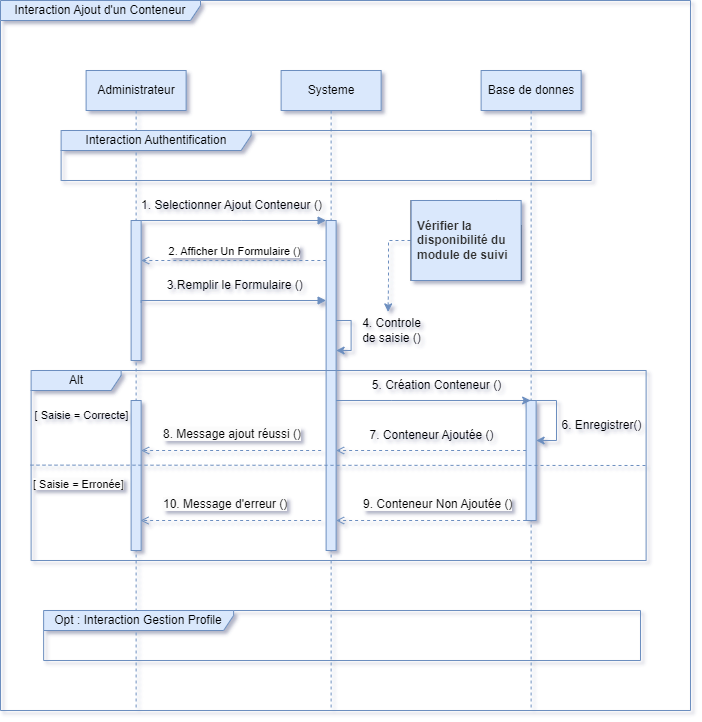
Earlier version of the draw.io export diagrammes/Diagram de sequence Ajout Conteneur.drawio.png (AmineLadrem/Tracking-Containers). Source tidied: cells renumbered, new cells last; positions are measured from the earlier drawing's top-left corner, leaving out a move shared by most shapes. Its diagram source:
```xml
<mxGraphModel>
  <root>
    <mxCell id="0" />
    <mxCell id="1" parent="0" />
    <mxCell id="2" value="Interaction Ajout d'un Conteneur" style="shape=umlFrame;whiteSpace=wrap;html=1;width=200;fillColor=#dae8fc;strokeColor=#6c8ebf;height=20;" parent="1" vertex="1">
      <mxGeometry width="690" height="710" as="geometry" />
    </mxCell>
    <mxCell id="3" value="Administrateur" style="shape=umlLifeline;perimeter=lifelinePerimeter;whiteSpace=wrap;html=1;newEdgeStyle={&quot;edgeStyle&quot;:&quot;elbowEdgeStyle&quot;,&quot;elbow&quot;:&quot;vertical&quot;,&quot;curved&quot;:0,&quot;rounded&quot;:0};fillColor=#dae8fc;strokeColor=#6c8ebf;" parent="2" vertex="1">
      <mxGeometry x="85.6" y="70" width="100" height="640" as="geometry" />
    </mxCell>
    <mxCell id="4" style="html=1;points=[];perimeter=orthogonalPerimeter;outlineConnect=0;targetShapes=umlLifeline;portConstraint=eastwest;newEdgeStyle={&quot;edgeStyle&quot;:&quot;elbowEdgeStyle&quot;,&quot;elbow&quot;:&quot;vertical&quot;,&quot;curved&quot;:0,&quot;rounded&quot;:0};fillColor=#dae8fc;strokeColor=#6c8ebf;" parent="3" vertex="1">
      <mxGeometry x="45" y="150" width="10" height="140" as="geometry" />
    </mxCell>
    <mxCell id="5" style="html=1;perimeter=orthogonalPerimeter;targetShapes=umlLifeline;newEdgeStyle={&quot;edgeStyle&quot;:&quot;elbowEdgeStyle&quot;,&quot;elbow&quot;:&quot;vertical&quot;,&quot;curved&quot;:0,&quot;rounded&quot;:0};fillColor=#dae8fc;strokeColor=#6c8ebf;" parent="3" vertex="1">
      <mxGeometry x="45" y="330" width="10" height="150" as="geometry" />
    </mxCell>
    <mxCell id="6" style="html=1;verticalAlign=bottom;endArrow=none;edgeStyle=elbowEdgeStyle;elbow=vertical;curved=0;rounded=0;fillColor=#dae8fc;strokeColor=#6c8ebf;startArrow=block;startFill=1;endFill=0;" parent="2" edge="1" source="12" target="4">
      <mxGeometry relative="1" as="geometry">
        <Array as="points">
          <mxPoint x="240.6" y="220" />
        </Array>
      </mxGeometry>
    </mxCell>
    <mxCell id="7" value="2. Afficher Un Formulaire ()" style="html=1;verticalAlign=bottom;endArrow=none;dashed=1;endSize=8;edgeStyle=elbowEdgeStyle;elbow=vertical;curved=0;rounded=0;fillColor=#dae8fc;strokeColor=#6c8ebf;endFill=0;startArrow=open;startFill=0;" parent="2" edge="1" source="4" target="12">
      <mxGeometry relative="1" as="geometry">
        <Array as="points">
          <mxPoint x="310.6" y="260" />
          <mxPoint x="230.6" y="290" />
        </Array>
      </mxGeometry>
    </mxCell>
    <mxCell id="8" value="1. Selectionner Ajout Conteneur ()" style="text;html=1;align=center;verticalAlign=middle;strokeColor=none;fillColor=none;" parent="2" vertex="1">
      <mxGeometry x="130.6" y="190" width="200" height="30" as="geometry" />
    </mxCell>
    <mxCell id="9" style="html=1;verticalAlign=bottom;endArrow=none;edgeStyle=elbowEdgeStyle;elbow=vertical;curved=0;rounded=0;fillColor=#dae8fc;strokeColor=#6c8ebf;startArrow=block;startFill=1;endFill=0;entryX=1;entryY=0.588;entryDx=0;entryDy=0;entryPerimeter=0;" parent="2" edge="1" source="12" target="4">
      <mxGeometry relative="1" as="geometry">
        <Array as="points">
          <mxPoint x="320.6" y="300" />
          <mxPoint x="300.6" y="300" />
          <mxPoint x="243.1" y="320" />
        </Array>
      </mxGeometry>
    </mxCell>
    <mxCell id="10" value="3.Remplir le Formulaire ()&amp;nbsp;" style="text;html=1;align=center;verticalAlign=middle;strokeColor=none;fillColor=none;" parent="2" vertex="1">
      <mxGeometry x="155.6" y="270" width="160" height="30" as="geometry" />
    </mxCell>
    <mxCell id="11" value="Systeme" style="shape=umlLifeline;perimeter=lifelinePerimeter;whiteSpace=wrap;html=1;outlineConnect=0;portConstraint=eastwest;newEdgeStyle={&quot;edgeStyle&quot;:&quot;elbowEdgeStyle&quot;,&quot;elbow&quot;:&quot;vertical&quot;,&quot;curved&quot;:0,&quot;rounded&quot;:0};fillColor=#dae8fc;strokeColor=#6c8ebf;" parent="2" vertex="1">
      <mxGeometry x="280.6" y="70" width="100" height="640" as="geometry" />
    </mxCell>
    <mxCell id="12" style="html=1;points=[];perimeter=orthogonalPerimeter;outlineConnect=0;targetShapes=umlLifeline;portConstraint=eastwest;newEdgeStyle={&quot;edgeStyle&quot;:&quot;elbowEdgeStyle&quot;,&quot;elbow&quot;:&quot;vertical&quot;,&quot;curved&quot;:0,&quot;rounded&quot;:0};fillColor=#dae8fc;strokeColor=#6c8ebf;" parent="11" vertex="1">
      <mxGeometry x="45" y="150" width="10" height="330" as="geometry" />
    </mxCell>
    <mxCell id="13" style="edgeStyle=elbowEdgeStyle;rounded=0;jettySize=auto;html=1;elbow=vertical;curved=0;fillColor=#dae8fc;strokeColor=#6c8ebf;" parent="11" edge="1" source="12" target="11">
      <mxGeometry relative="1" as="geometry">
        <Array as="points">
          <mxPoint x="75" y="240" />
        </Array>
      </mxGeometry>
    </mxCell>
    <mxCell id="14" style="endArrow=classic;html=1;rounded=0;fillColor=#dae8fc;strokeColor=#6c8ebf;" parent="11" edge="1" source="12" target="12">
      <mxGeometry relative="1" as="geometry">
        <Array as="points">
          <mxPoint x="70" y="250" />
          <mxPoint x="70" y="280" />
        </Array>
      </mxGeometry>
    </mxCell>
    <mxCell id="15" value="4. Controle&lt;br&gt;de saisie ()" style="text;html=1;align=center;verticalAlign=middle;points=[];strokeColor=none;fillColor=none;" parent="2" vertex="1">
      <mxGeometry x="350.6" y="310" width="80" height="40" as="geometry" />
    </mxCell>
    <mxCell id="16" value="Alt" style="shape=umlFrame;whiteSpace=wrap;html=1;width=90;fillColor=#dae8fc;strokeColor=#6c8ebf;height=20;" parent="2" vertex="1">
      <mxGeometry x="30.6" y="370" width="615" height="190" as="geometry" />
    </mxCell>
    <mxCell id="17" value="&lt;font style=&quot;font-size: 11px;&quot;&gt;[ Saisie = Correcte]&lt;/font&gt;" style="text;html=1;align=center;verticalAlign=middle;strokeColor=none;fillColor=none;" parent="16" vertex="1">
      <mxGeometry x="-10" y="30" width="120" height="30" as="geometry" />
    </mxCell>
    <mxCell id="18" value="&lt;span style=&quot;color: rgb(0, 0, 0); font-family: Helvetica; font-size: 11px; font-style: normal; font-variant-ligatures: normal; font-variant-caps: normal; font-weight: 400; letter-spacing: normal; orphans: 2; text-align: center; text-indent: 0px; text-transform: none; widows: 2; word-spacing: 0px; -webkit-text-stroke-width: 0px; background-color: rgb(251, 251, 251); text-decoration-thickness: initial; text-decoration-style: initial; text-decoration-color: initial; float: none; display: inline !important;&quot;&gt;[ Saisie = Erronée]&lt;/span&gt;" style="text;whiteSpace=wrap;html=1;" parent="16" vertex="1">
      <mxGeometry y="100" width="130" height="40" as="geometry" />
    </mxCell>
    <mxCell id="19" value="Base de donnes" style="shape=umlLifeline;perimeter=lifelinePerimeter;whiteSpace=wrap;html=1;outlineConnect=0;portConstraint=eastwest;newEdgeStyle={&quot;edgeStyle&quot;:&quot;elbowEdgeStyle&quot;,&quot;elbow&quot;:&quot;vertical&quot;,&quot;curved&quot;:0,&quot;rounded&quot;:0};fillColor=#dae8fc;strokeColor=#6c8ebf;" parent="16" vertex="1">
      <mxGeometry x="450" y="-300" width="100" height="640" as="geometry" />
    </mxCell>
    <mxCell id="20" style="html=1;points=[];perimeter=orthogonalPerimeter;outlineConnect=0;targetShapes=umlLifeline;portConstraint=eastwest;newEdgeStyle={&quot;edgeStyle&quot;:&quot;elbowEdgeStyle&quot;,&quot;elbow&quot;:&quot;vertical&quot;,&quot;curved&quot;:0,&quot;rounded&quot;:0};fillColor=#dae8fc;strokeColor=#6c8ebf;" parent="19" vertex="1">
      <mxGeometry x="45" y="330" width="10" height="120" as="geometry" />
    </mxCell>
    <mxCell id="21" style="endArrow=classic;html=1;rounded=0;fillColor=#dae8fc;strokeColor=#6c8ebf;" parent="19" edge="1" source="20" target="20">
      <mxGeometry relative="1" as="geometry">
        <Array as="points">
          <mxPoint x="75.4" y="330" />
          <mxPoint x="75.4" y="370" />
        </Array>
      </mxGeometry>
    </mxCell>
    <mxCell id="22" value="5. Création Conteneur ()" style="text;html=1;align=center;verticalAlign=middle;strokeColor=none;fillColor=none;" parent="16" vertex="1">
      <mxGeometry x="330" width="150" height="30" as="geometry" />
    </mxCell>
    <mxCell id="23" value="6. Enregistrer()" style="text;html=1;align=center;verticalAlign=middle;strokeColor=none;fillColor=none;" parent="16" vertex="1">
      <mxGeometry x="520" y="40" width="100" height="30" as="geometry" />
    </mxCell>
    <mxCell id="24" value="7. Conteneur Ajoutée ()" style="text;html=1;align=center;verticalAlign=middle;strokeColor=none;fillColor=none;" parent="16" vertex="1">
      <mxGeometry x="325" y="50" width="150" height="30" as="geometry" />
    </mxCell>
    <mxCell id="25" style="endArrow=open;html=1;rounded=0;dashed=1;endFill=0;fillColor=#dae8fc;strokeColor=#6c8ebf;" parent="16" edge="1">
      <mxGeometry relative="1" as="geometry">
        <mxPoint x="495" y="150" as="sourcePoint" />
        <mxPoint x="305" y="150" as="targetPoint" />
        <Array as="points">
          <mxPoint x="460" y="150" />
        </Array>
      </mxGeometry>
    </mxCell>
    <mxCell id="26" value="&lt;span style=&quot;color: rgb(0, 0, 0); font-family: Helvetica; font-size: 12px; font-style: normal; font-variant-ligatures: normal; font-variant-caps: normal; font-weight: 400; letter-spacing: normal; orphans: 2; text-align: center; text-indent: 0px; text-transform: none; widows: 2; word-spacing: 0px; -webkit-text-stroke-width: 0px; background-color: rgb(251, 251, 251); text-decoration-thickness: initial; text-decoration-style: initial; text-decoration-color: initial; float: none; display: inline !important;&quot;&gt;9. Conteneur Non Ajoutée ()&lt;/span&gt;" style="text;whiteSpace=wrap;html=1;" parent="16" vertex="1">
      <mxGeometry x="330" y="120" width="160" height="40" as="geometry" />
    </mxCell>
    <mxCell id="27" value="&lt;span style=&quot;color: rgb(0, 0, 0); font-family: Helvetica; font-size: 12px; font-style: normal; font-variant-ligatures: normal; font-variant-caps: normal; font-weight: 400; letter-spacing: normal; orphans: 2; text-align: center; text-indent: 0px; text-transform: none; widows: 2; word-spacing: 0px; -webkit-text-stroke-width: 0px; background-color: rgb(251, 251, 251); text-decoration-thickness: initial; text-decoration-style: initial; text-decoration-color: initial; float: none; display: inline !important;&quot;&gt;8. Message ajout&amp;nbsp;réussi ()&lt;/span&gt;" style="text;whiteSpace=wrap;html=1;" parent="16" vertex="1">
      <mxGeometry x="130" y="50" width="160" height="40" as="geometry" />
    </mxCell>
    <mxCell id="28" style="endArrow=open;html=1;rounded=0;dashed=1;endFill=0;fillColor=#dae8fc;strokeColor=#6c8ebf;" parent="16" edge="1">
      <mxGeometry relative="1" as="geometry">
        <mxPoint x="290" y="80" as="sourcePoint" />
        <mxPoint x="110" y="80" as="targetPoint" />
        <Array as="points">
          <mxPoint x="265" y="80" />
        </Array>
      </mxGeometry>
    </mxCell>
    <mxCell id="29" style="endArrow=open;html=1;rounded=0;dashed=1;endFill=0;fillColor=#dae8fc;strokeColor=#6c8ebf;" parent="16" edge="1">
      <mxGeometry relative="1" as="geometry">
        <mxPoint x="290" y="150" as="sourcePoint" />
        <mxPoint x="109.4" y="150" as="targetPoint" />
        <Array as="points">
          <mxPoint x="265" y="150" />
        </Array>
      </mxGeometry>
    </mxCell>
    <mxCell id="30" value="&lt;span style=&quot;color: rgb(0, 0, 0); font-family: Helvetica; font-size: 12px; font-style: normal; font-variant-ligatures: normal; font-variant-caps: normal; font-weight: 400; letter-spacing: normal; orphans: 2; text-align: center; text-indent: 0px; text-transform: none; widows: 2; word-spacing: 0px; -webkit-text-stroke-width: 0px; background-color: rgb(251, 251, 251); text-decoration-thickness: initial; text-decoration-style: initial; text-decoration-color: initial; float: none; display: inline !important;&quot;&gt;10. Message d'erreur ()&lt;/span&gt;" style="text;whiteSpace=wrap;html=1;" parent="16" vertex="1">
      <mxGeometry x="130" y="120" width="160" height="40" as="geometry" />
    </mxCell>
    <mxCell id="31" style="endArrow=none;dashed=1;html=1;rounded=0;exitX=-0.001;exitY=0.498;exitDx=0;exitDy=0;exitPerimeter=0;entryX=1;entryY=0.5;entryDx=0;entryDy=0;entryPerimeter=0;fillColor=#dae8fc;strokeColor=#6c8ebf;" parent="2" edge="1" source="16" target="16">
      <mxGeometry relative="1" as="geometry" />
    </mxCell>
    <mxCell id="32" style="edgeStyle=elbowEdgeStyle;rounded=0;jettySize=auto;html=1;elbow=vertical;curved=0;fillColor=#dae8fc;strokeColor=#6c8ebf;" parent="2" edge="1" source="12" target="19">
      <mxGeometry relative="1" as="geometry">
        <Array as="points">
          <mxPoint x="390.6" y="400" />
          <mxPoint x="380.6" y="380" />
        </Array>
      </mxGeometry>
    </mxCell>
    <mxCell id="33" style="endArrow=open;html=1;rounded=0;dashed=1;endFill=0;fillColor=#dae8fc;strokeColor=#6c8ebf;" parent="2" edge="1" source="20" target="12">
      <mxGeometry relative="1" as="geometry">
        <Array as="points">
          <mxPoint x="490.6" y="450" />
        </Array>
      </mxGeometry>
    </mxCell>
    <mxCell id="34" style="edgeStyle=none;jettySize=auto;html=1;rounded=0;startArrow=classic;startFill=1;endArrow=none;endFill=0;dashed=1;exitX=0.462;exitY=0.035;exitDx=0;exitDy=0;exitPerimeter=0;entryX=0;entryY=0.5;entryDx=0;entryDy=0;fillColor=#dae8fc;strokeColor=#6c8ebf;" parent="2" edge="1" source="15" target="36">
      <mxGeometry relative="1" as="geometry">
        <Array as="points">
          <mxPoint x="388" y="280" />
          <mxPoint x="388" y="240" />
        </Array>
      </mxGeometry>
    </mxCell>
    <mxCell id="35" style="shape=note2;size=25;html=1;" parent="2" vertex="1">
      <mxGeometry x="410.6" y="200" width="110" height="80" as="geometry" />
    </mxCell>
    <mxCell id="36" value="&lt;font color=&quot;#333333&quot;&gt;&lt;b&gt;Vérifier la disponibilité du module de suivi&amp;nbsp;&lt;/b&gt;&lt;/font&gt;" style="text;html=1;strokeColor=#6c8ebf;fillColor=#dae8fc;align=left;verticalAlign=middle;spacingLeft=4;spacingRight=4;overflow=hidden;points=[[0,0.5],[1,0.5]];portConstraint=eastwest;whiteSpace=wrap;" parent="35" vertex="1">
      <mxGeometry width="110" height="80" as="geometry" />
    </mxCell>
    <mxCell id="37" value="Opt : Interaction Gestion Profile" style="shape=umlFrame;whiteSpace=wrap;html=1;width=190;height=20;fillColor=#dae8fc;strokeColor=#6c8ebf;" parent="2" vertex="1">
      <mxGeometry x="43.1" y="610" width="596.9" height="50" as="geometry" />
    </mxCell>
    <mxCell id="38" value="Interaction Authentification" style="shape=umlFrame;whiteSpace=wrap;html=1;width=190;height=20;fillColor=#dae8fc;strokeColor=#6c8ebf;" parent="1" vertex="1">
      <mxGeometry x="60.6" y="130" width="530" height="50" as="geometry" />
    </mxCell>
  </root>
</mxGraphModel>
```
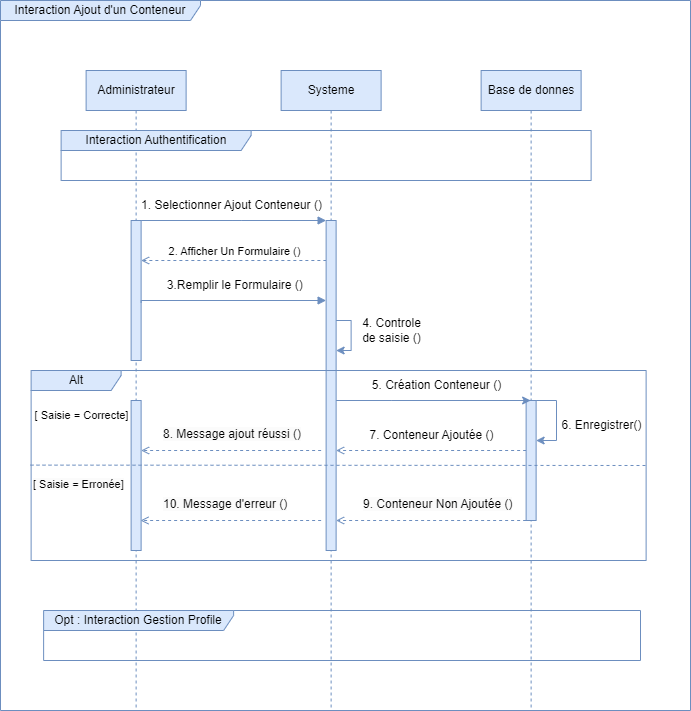
The same diagram one commit later.

The edit, as a diff of the source:
```diff
@@ -154,20 +154,6 @@
         </Array>
       </mxGeometry>
     </mxCell>
-    <mxCell id="34" style="edgeStyle=none;jettySize=auto;html=1;rounded=0;startArrow=classic;startFill=1;endArrow=none;endFill=0;dashed=1;exitX=0.462;exitY=0.035;exitDx=0;exitDy=0;exitPerimeter=0;entryX=0;entryY=0.5;entryDx=0;entryDy=0;fillColor=#dae8fc;strokeColor=#6c8ebf;" parent="2" edge="1" source="15" target="36">
-      <mxGeometry relative="1" as="geometry">
-        <Array as="points">
-          <mxPoint x="388" y="280" />
-          <mxPoint x="388" y="240" />
-        </Array>
-      </mxGeometry>
-    </mxCell>
-    <mxCell id="35" style="shape=note2;size=25;html=1;" parent="2" vertex="1">
-      <mxGeometry x="410.6" y="200" width="110" height="80" as="geometry" />
-    </mxCell>
-    <mxCell id="36" value="&lt;font color=&quot;#333333&quot;&gt;&lt;b&gt;Vérifier la disponibilité du module de suivi&amp;nbsp;&lt;/b&gt;&lt;/font&gt;" style="text;html=1;strokeColor=#6c8ebf;fillColor=#dae8fc;align=left;verticalAlign=middle;spacingLeft=4;spacingRight=4;overflow=hidden;points=[[0,0.5],[1,0.5]];portConstraint=eastwest;whiteSpace=wrap;" parent="35" vertex="1">
-      <mxGeometry width="110" height="80" as="geometry" />
-    </mxCell>
     <mxCell id="37" value="Opt : Interaction Gestion Profile" style="shape=umlFrame;whiteSpace=wrap;html=1;width=190;height=20;fillColor=#dae8fc;strokeColor=#6c8ebf;" parent="2" vertex="1">
       <mxGeometry x="43.1" y="610" width="596.9" height="50" as="geometry" />
     </mxCell>
```
